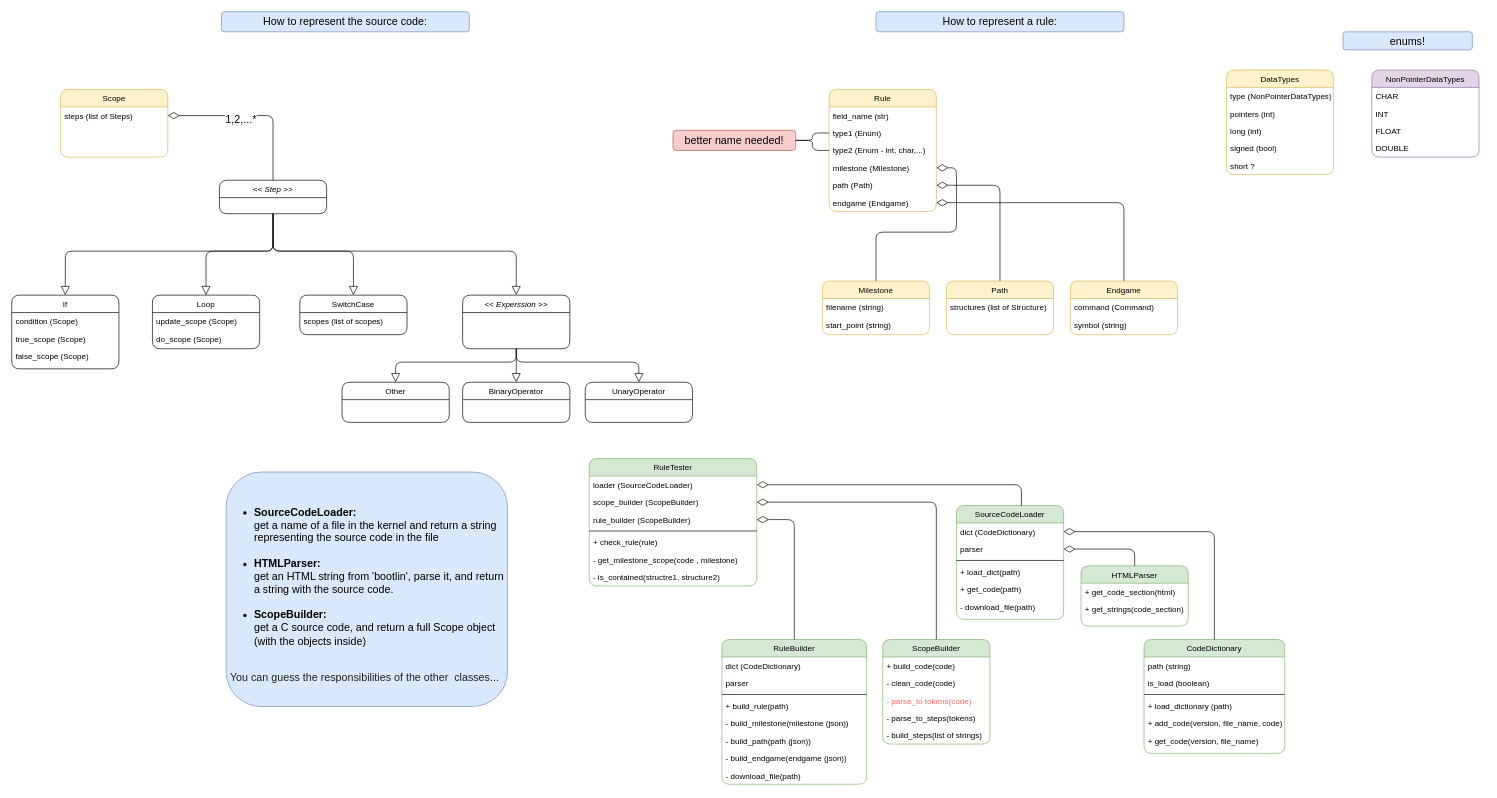
Before: Untitled Diagram.drawio in zivnaim/simon, a draw.io diagram. Source tidied: cells renumbered, new cells numbered last; positions are measured from the earlier drawing's top-left corner, leaving out a move shared by most shapes. Both pictures are drawn from the tidied source at 67%, with x=0, y=0 at pixel (11, 11).
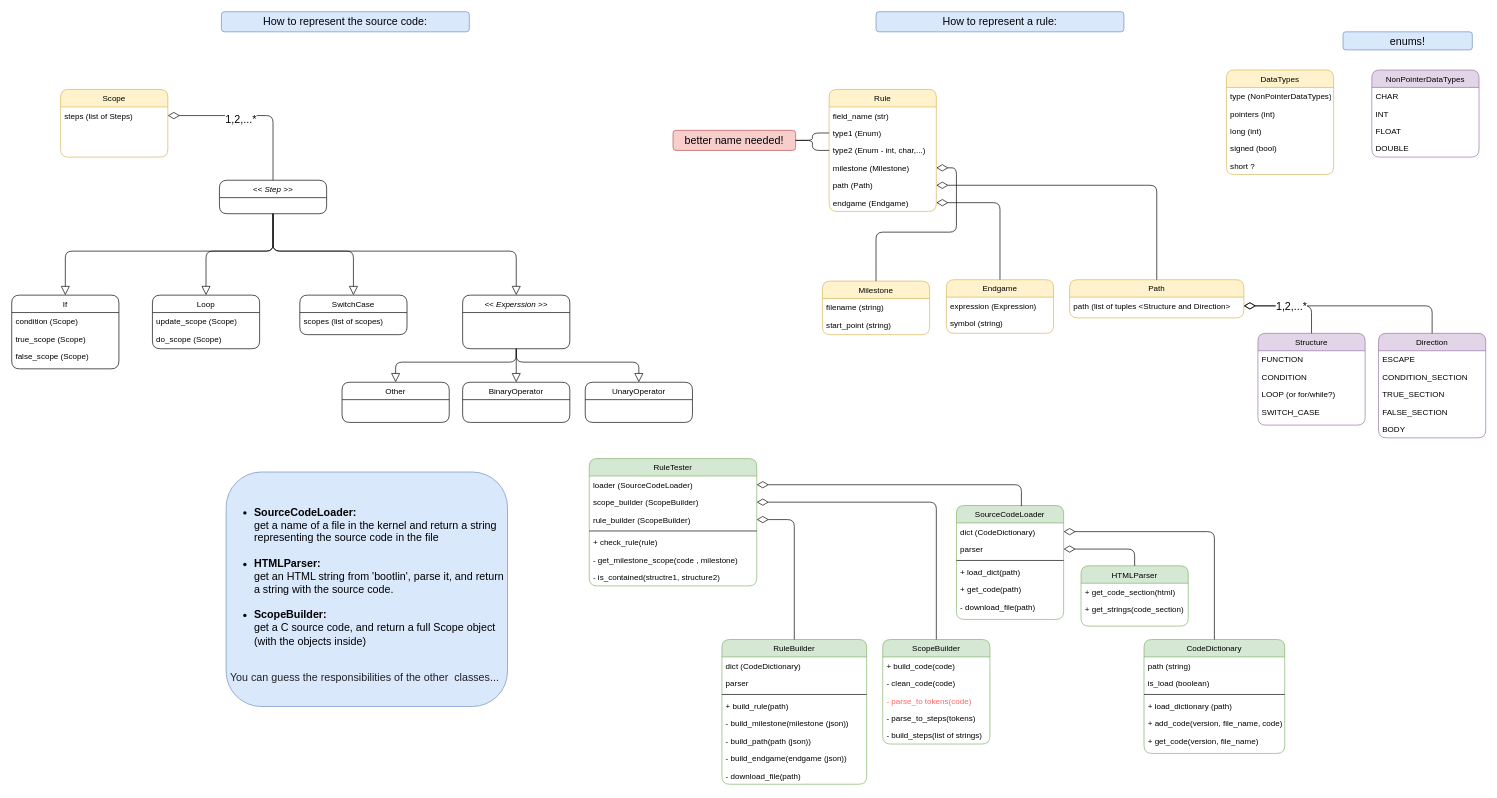
After the change.

Change to the diagram source:
```diff
@@
     <mxCell id="43" value="Endgame" style="swimlane;fontStyle=0;align=center;verticalAlign=top;horizontal=1;startSize=26;rounded=1;shadow=0;strokeWidth=1;fillColor=#fff2cc;strokeColor=#d6b656;" parent="1" vertex="1">
-      <mxGeometry x="1580" y="402" width="160" height="80" as="geometry" />
+      <mxGeometry x="1395" y="400" width="160" height="80" as="geometry" />
     </mxCell>
-    <mxCell id="44" value="command (Command)" style="text;align=left;verticalAlign=top;spacingLeft=4;spacingRight=4;overflow=hidden;rounded=1;" parent="43" vertex="1">
+    <mxCell id="44" value="expression (Expression)" style="text;align=left;verticalAlign=top;spacingLeft=4;spacingRight=4;overflow=hidden;rounded=1;" parent="43" vertex="1">
       <mxGeometry y="26" width="160" height="26" as="geometry" />
     </mxCell>
@@
     <mxCell id="47" value="Path" style="swimlane;fontStyle=0;align=center;verticalAlign=top;horizontal=1;startSize=26;rounded=1;shadow=0;strokeWidth=1;fillColor=#fff2cc;strokeColor=#d6b656;" parent="1" vertex="1">
-      <mxGeometry x="1395" y="402" width="160" height="80" as="geometry" />
+      <mxGeometry x="1579" y="400" width="260" height="57" as="geometry" />
     </mxCell>
-    <mxCell id="48" value="structures (list of Structure)" style="text;align=left;verticalAlign=top;spacingLeft=4;spacingRight=4;overflow=hidden;rounded=1;" parent="47" vertex="1">
-      <mxGeometry y="26" width="160" height="26" as="geometry" />
-    </mxCell>
+    <mxCell id="108" value="path (list of tuples &lt;Structure and Direction&gt;" style="text;align=left;verticalAlign=top;spacingLeft=4;spacingRight=4;overflow=hidden;points=[[0,0.5],[1,0.5]];portConstraint=eastwest;rounded=1;" parent="47" vertex="1">
+      <mxGeometry y="26" width="260" height="26" as="geometry" />
+    </mxCell>
@@
+    <mxCell id="109" value="Direction" style="swimlane;fontStyle=0;align=center;verticalAlign=top;horizontal=1;startSize=26;rounded=1;shadow=0;strokeWidth=1;fillColor=#e1d5e7;strokeColor=#9673a6;" parent="1" vertex="1">
+      <mxGeometry x="2040" y="480" width="160" height="156" as="geometry" />
+    </mxCell>
+    <mxCell id="110" value="ESCAPE" style="text;align=left;verticalAlign=top;spacingLeft=4;spacingRight=4;overflow=hidden;rounded=1;" parent="109" vertex="1">
+      <mxGeometry y="26" width="160" height="26" as="geometry" />
+    </mxCell>
+    <mxCell id="111" value="CONDITION_SECTION" style="text;align=left;verticalAlign=top;spacingLeft=4;spacingRight=4;overflow=hidden;rounded=1;" parent="109" vertex="1">
+      <mxGeometry y="52" width="160" height="26" as="geometry" />
+    </mxCell>
+    <mxCell id="112" value="TRUE_SECTION" style="text;align=left;verticalAlign=top;spacingLeft=4;spacingRight=4;overflow=hidden;rounded=1;" parent="109" vertex="1">
+      <mxGeometry y="78" width="160" height="26" as="geometry" />
+    </mxCell>
+    <mxCell id="113" value="FALSE_SECTION" style="text;align=left;verticalAlign=top;spacingLeft=4;spacingRight=4;overflow=hidden;rounded=1;" parent="109" vertex="1">
+      <mxGeometry y="104" width="160" height="26" as="geometry" />
+    </mxCell>
+    <mxCell id="114" value="BODY" style="text;align=left;verticalAlign=top;spacingLeft=4;spacingRight=4;overflow=hidden;rounded=1;" parent="109" vertex="1">
+      <mxGeometry y="130" width="160" height="26" as="geometry" />
+    </mxCell>
+    <mxCell id="115" style="edgeStyle=orthogonalEdgeStyle;jettySize=auto;html=1;exitX=1;exitY=0.5;exitDx=0;exitDy=0;entryX=0.5;entryY=0;entryDx=0;entryDy=0;startArrow=diamondThin;startFill=0;startSize=15;endArrow=none;endFill=0;rounded=1;" parent="1" edge="1" source="108" target="109">
+      <mxGeometry relative="1" as="geometry" />
+    </mxCell>
+    <mxCell id="116" value="Structure" style="swimlane;fontStyle=0;align=center;verticalAlign=top;horizontal=1;startSize=26;rounded=1;shadow=0;strokeWidth=1;fillColor=#e1d5e7;strokeColor=#9673a6;" parent="1" vertex="1">
+      <mxGeometry x="1860" y="480" width="160" height="137" as="geometry" />
+    </mxCell>
+    <mxCell id="117" value="FUNCTION" style="text;align=left;verticalAlign=top;spacingLeft=4;spacingRight=4;overflow=hidden;rounded=1;" parent="116" vertex="1">
+      <mxGeometry y="26" width="160" height="26" as="geometry" />
+    </mxCell>
+    <mxCell id="118" value="CONDITION" style="text;align=left;verticalAlign=top;spacingLeft=4;spacingRight=4;overflow=hidden;rounded=1;" parent="116" vertex="1">
+      <mxGeometry y="52" width="160" height="26" as="geometry" />
+    </mxCell>
+    <mxCell id="119" value="LOOP (or for/while?)" style="text;align=left;verticalAlign=top;spacingLeft=4;spacingRight=4;overflow=hidden;rounded=1;" parent="116" vertex="1">
+      <mxGeometry y="78" width="160" height="26" as="geometry" />
+    </mxCell>
+    <mxCell id="120" value="SWITCH_CASE" style="text;align=left;verticalAlign=top;spacingLeft=4;spacingRight=4;overflow=hidden;rounded=1;" parent="116" vertex="1">
+      <mxGeometry y="104" width="160" height="26" as="geometry" />
+    </mxCell>
+    <mxCell id="121" style="edgeStyle=orthogonalEdgeStyle;rounded=1;jettySize=auto;html=1;exitX=1;exitY=0.5;exitDx=0;exitDy=0;fontSize=16;startArrow=diamondThin;startFill=0;endArrow=none;endFill=0;startSize=15;" parent="1" edge="1" source="108" target="116">
+      <mxGeometry relative="1" as="geometry" />
+    </mxCell>
+    <mxCell id="122" value="1,2,...*" style="edgeLabel;html=1;align=center;verticalAlign=middle;fontSize=16;" parent="121" vertex="1">
+      <mxGeometry x="-0.02" relative="1" as="geometry" />
+    </mxCell>
```
